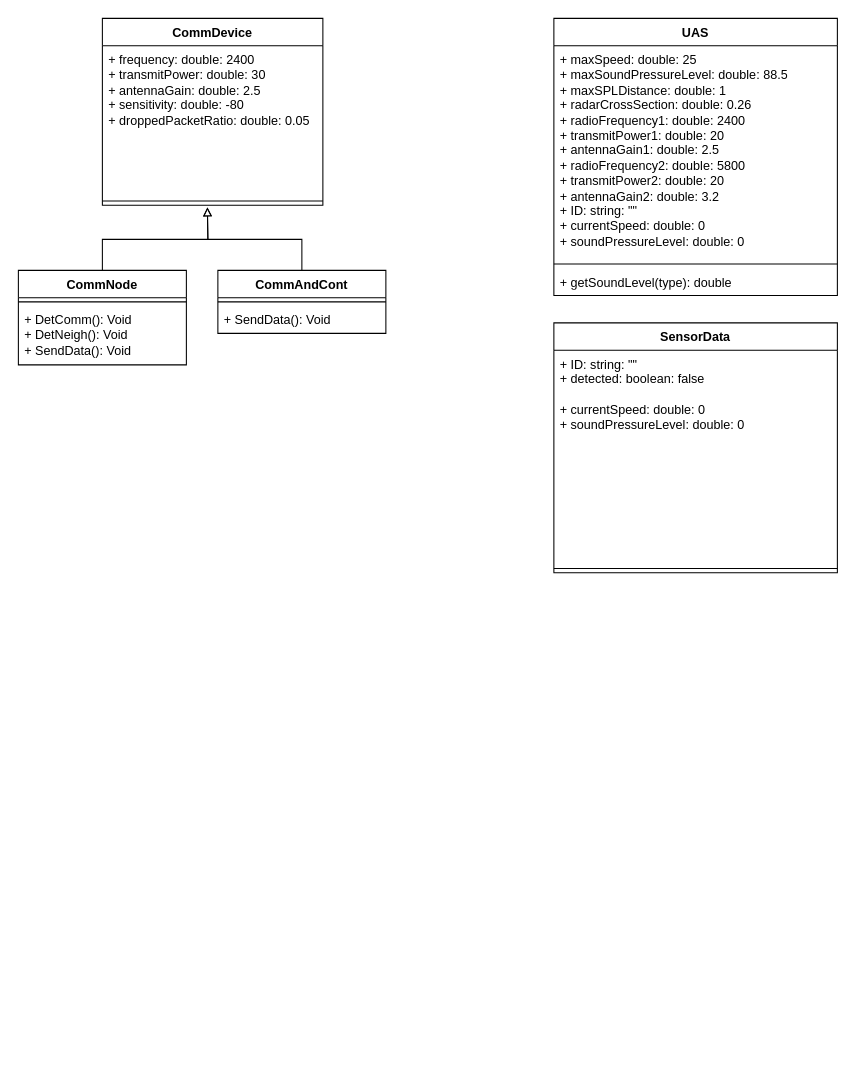
ConnorDariusM/UMLpractice keeps this draw.io diagram as ClassDiagram.drawio. Above is the earlier version. Source tidied: cells renumbered, new cells numbered last; positions are measured from the earlier drawing's top-left corner, leaving out a move shared by most shapes. Both pictures are drawn from the tidied source at 105%, with x=0, y=0 at pixel (18, 18).
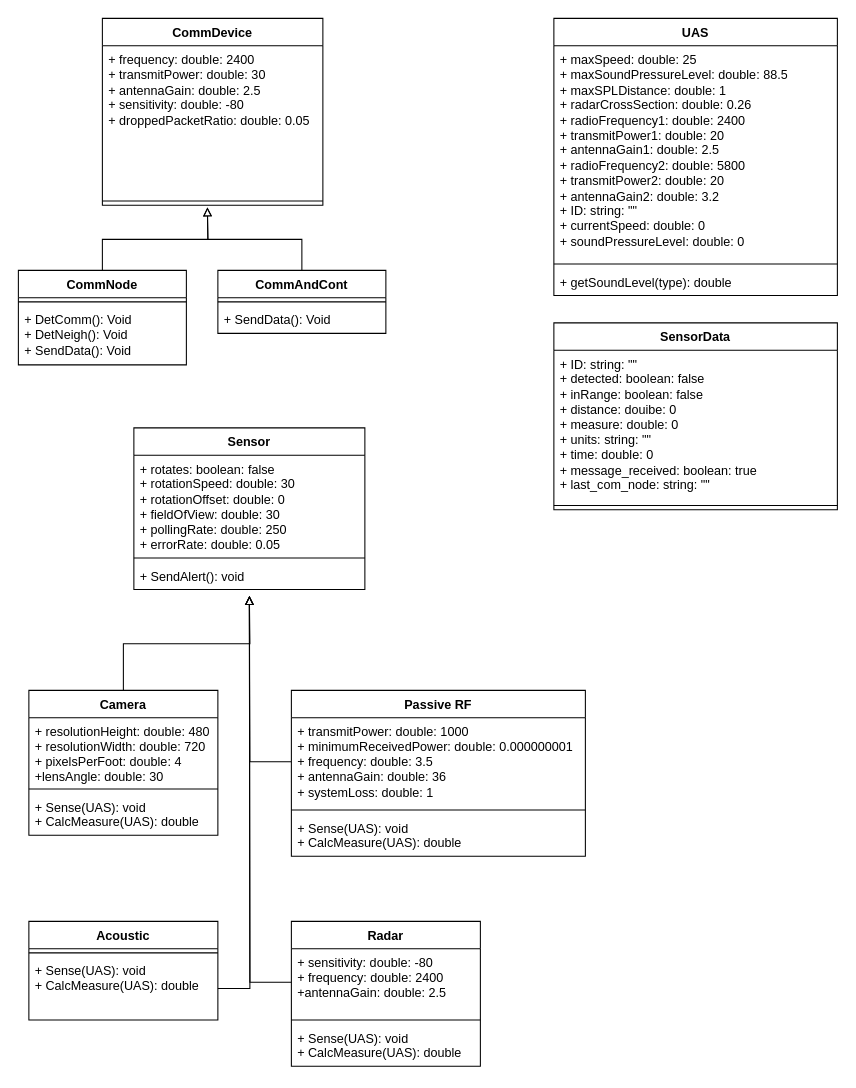
The same diagram, later.

The edit, as a diff of the source:
```diff
@@
     <mxCell id="17" value="SensorData" style="swimlane;fontStyle=1;align=center;verticalAlign=top;horizontal=1;startSize=26;whiteSpace=wrap;html=1;" parent="1" vertex="1">
-      <mxGeometry x="510" y="290" width="270" height="238" as="geometry" />
+      <mxGeometry x="510" y="290" width="270" height="178" as="geometry" />
     </mxCell>
-    <mxCell id="18" value="&lt;div&gt;&lt;span style=&quot;background-color: initial;&quot;&gt;+ ID: string: &quot;&quot;&lt;/span&gt;&lt;br&gt;&lt;/div&gt;&lt;div&gt;&lt;span style=&quot;background-color: initial;&quot;&gt;+ detected: boolean: false&lt;/span&gt;&lt;/div&gt;&lt;div&gt;&lt;span style=&quot;background-color: initial;&quot;&gt;&lt;br&gt;&lt;/span&gt;&lt;/div&gt;&lt;div&gt;+ currentSpeed: double: 0&lt;br&gt;&lt;/div&gt;&lt;div&gt;+ soundPressureLevel: double: 0&lt;/div&gt;" style="text;strokeColor=none;fillColor=none;align=left;verticalAlign=top;spacingLeft=4;spacingRight=4;overflow=hidden;whiteSpace=wrap;html=1;" parent="17" vertex="1">
-      <mxGeometry y="26" width="270" height="204" as="geometry" />
+    <mxCell id="18" value="&lt;div&gt;&lt;span style=&quot;background-color: initial;&quot;&gt;+ ID: string: &quot;&quot;&lt;/span&gt;&lt;br&gt;&lt;/div&gt;&lt;div&gt;&lt;span style=&quot;background-color: initial;&quot;&gt;+ detected: boolean: false&lt;/span&gt;&lt;/div&gt;&lt;div&gt;&lt;span style=&quot;background-color: initial;&quot;&gt;+ inRange: boolean: false&lt;/span&gt;&lt;/div&gt;&lt;div&gt;+ distance: douibe: 0&lt;/div&gt;&lt;div&gt;+ measure: double: 0&lt;/div&gt;&lt;div&gt;+ units: string: &quot;&quot;&lt;/div&gt;&lt;div&gt;+ time: double: 0&lt;/div&gt;&lt;div&gt;+ message_received: boolean: true&lt;/div&gt;&lt;div&gt;+ last_com_node: string: &quot;&quot;&lt;/div&gt;" style="text;strokeColor=none;fillColor=none;align=left;verticalAlign=top;spacingLeft=4;spacingRight=4;overflow=hidden;whiteSpace=wrap;html=1;" parent="17" vertex="1">
+      <mxGeometry y="26" width="270" height="144" as="geometry" />
     </mxCell>
     <mxCell id="19" style="line;strokeWidth=1;fillColor=none;align=left;verticalAlign=middle;spacingTop=-1;spacingLeft=3;spacingRight=3;labelPosition=right;strokeColor=inherit;" parent="17" vertex="1">
-      <mxGeometry y="230" width="270" height="8" as="geometry" />
+      <mxGeometry y="170" width="270" height="8" as="geometry" />
     </mxCell>
+    <mxCell id="20" value="Sensor" style="swimlane;fontStyle=1;align=center;verticalAlign=top;horizontal=1;startSize=26;whiteSpace=wrap;html=1;" parent="1" vertex="1">
+      <mxGeometry x="110" y="390" width="220" height="154" as="geometry" />
+    </mxCell>
+    <mxCell id="21" value="+ rotates: boolean: false&lt;div&gt;+ rotationSpeed: double: 30&lt;/div&gt;&lt;div&gt;+ rotationOffset: double: 0&lt;/div&gt;&lt;div&gt;+ fieldOfView: double: 30&lt;/div&gt;&lt;div&gt;+ pollingRate: double: 250&lt;/div&gt;&lt;div&gt;+ errorRate: double: 0.05&lt;/div&gt;" style="text;strokeColor=none;fillColor=none;align=left;verticalAlign=top;spacingLeft=4;spacingRight=4;overflow=hidden;whiteSpace=wrap;html=1;" parent="20" vertex="1">
+      <mxGeometry y="26" width="220" height="94" as="geometry" />
+    </mxCell>
+    <mxCell id="22" style="line;strokeWidth=1;fillColor=none;align=left;verticalAlign=middle;spacingTop=-1;spacingLeft=3;spacingRight=3;labelPosition=right;strokeColor=inherit;" parent="20" vertex="1">
+      <mxGeometry y="120" width="220" height="8" as="geometry" />
+    </mxCell>
+    <mxCell id="23" value="+ SendAlert(): void" style="text;strokeColor=none;fillColor=none;align=left;verticalAlign=top;spacingLeft=4;spacingRight=4;overflow=hidden;whiteSpace=wrap;html=1;" parent="20" vertex="1">
+      <mxGeometry y="128" width="220" height="26" as="geometry" />
+    </mxCell>
+    <mxCell id="24" style="edgeStyle=orthogonalEdgeStyle;rounded=0;jettySize=auto;html=1;exitX=0.5;exitY=0;exitDx=0;exitDy=0;endArrow=block;endFill=0;" parent="1" edge="1" source="25">
+      <mxGeometry relative="1" as="geometry">
+        <mxPoint x="220" y="550" as="targetPoint" />
+      </mxGeometry>
+    </mxCell>
+    <mxCell id="25" value="Camera" style="swimlane;fontStyle=1;align=center;verticalAlign=top;horizontal=1;startSize=26;whiteSpace=wrap;html=1;" parent="1" vertex="1">
+      <mxGeometry x="10" y="640" width="180" height="138" as="geometry" />
+    </mxCell>
+    <mxCell id="26" value="+ resolutionHeight: double: 480&lt;div&gt;+ resolutionWidth: double: 720&lt;/div&gt;&lt;div&gt;+ pixelsPerFoot: double: 4&lt;/div&gt;&lt;div&gt;+lensAngle: double: 30&lt;/div&gt;" style="text;strokeColor=none;fillColor=none;align=left;verticalAlign=top;spacingLeft=4;spacingRight=4;overflow=hidden;whiteSpace=wrap;html=1;" parent="25" vertex="1">
+      <mxGeometry y="26" width="180" height="64" as="geometry" />
+    </mxCell>
+    <mxCell id="27" style="line;strokeWidth=1;fillColor=none;align=left;verticalAlign=middle;spacingTop=-1;spacingLeft=3;spacingRight=3;labelPosition=right;strokeColor=inherit;" parent="25" vertex="1">
+      <mxGeometry y="90" width="180" height="8" as="geometry" />
+    </mxCell>
+    <mxCell id="28" value="+ Sense(UAS): void&lt;div&gt;+ CalcMeasure(UAS): double&lt;/div&gt;" style="text;strokeColor=none;fillColor=none;align=left;verticalAlign=top;spacingLeft=4;spacingRight=4;overflow=hidden;whiteSpace=wrap;html=1;" parent="25" vertex="1">
+      <mxGeometry y="98" width="180" height="40" as="geometry" />
+    </mxCell>
+    <mxCell id="29" value="Passive RF" style="swimlane;fontStyle=1;align=center;verticalAlign=top;horizontal=1;startSize=26;whiteSpace=wrap;html=1;" parent="1" vertex="1">
+      <mxGeometry x="260" y="640" width="280" height="158" as="geometry" />
+    </mxCell>
+    <mxCell id="30" style="edgeStyle=orthogonalEdgeStyle;rounded=0;jettySize=auto;html=1;exitX=0;exitY=0.5;exitDx=0;exitDy=0;endArrow=block;endFill=0;" parent="29" edge="1" source="31">
+      <mxGeometry relative="1" as="geometry">
+        <mxPoint x="-40" y="-90" as="targetPoint" />
+      </mxGeometry>
+    </mxCell>
+    <mxCell id="31" value="+ transmitPower: double: 1000&lt;div&gt;+ minimumReceivedPower: double: 0.000000001&lt;/div&gt;&lt;div&gt;+ frequency: double: 3.5&lt;/div&gt;&lt;div&gt;+ antennaGain: double: 36&lt;/div&gt;&lt;div&gt;+ systemLoss: double: 1&lt;/div&gt;" style="text;strokeColor=none;fillColor=none;align=left;verticalAlign=top;spacingLeft=4;spacingRight=4;overflow=hidden;points=[[0,0.5],[1,0.5]];portConstraint=eastwest;whiteSpace=wrap;html=1;" parent="29" vertex="1">
+      <mxGeometry y="26" width="280" height="84" as="geometry" />
+    </mxCell>
+    <mxCell id="32" style="line;strokeWidth=1;fillColor=none;align=left;verticalAlign=middle;spacingTop=-1;spacingLeft=3;spacingRight=3;labelPosition=right;strokeColor=inherit;" parent="29" vertex="1">
+      <mxGeometry y="110" width="280" height="8" as="geometry" />
+    </mxCell>
+    <mxCell id="33" value="+ Sense(UAS): void&lt;div&gt;+ CalcMeasure(UAS): double&lt;/div&gt;" style="text;strokeColor=none;fillColor=none;align=left;verticalAlign=top;spacingLeft=4;spacingRight=4;overflow=hidden;whiteSpace=wrap;html=1;" parent="29" vertex="1">
+      <mxGeometry y="118" width="280" height="40" as="geometry" />
+    </mxCell>
+    <mxCell id="34" value="Acoustic" style="swimlane;fontStyle=1;align=center;verticalAlign=top;horizontal=1;startSize=26;whiteSpace=wrap;html=1;" parent="1" vertex="1">
+      <mxGeometry x="10" y="860" width="180" height="94" as="geometry" />
+    </mxCell>
+    <mxCell id="35" style="line;strokeWidth=1;fillColor=none;align=left;verticalAlign=middle;spacingTop=-1;spacingLeft=3;spacingRight=3;labelPosition=right;strokeColor=inherit;" parent="34" vertex="1">
+      <mxGeometry y="26" width="180" height="8" as="geometry" />
+    </mxCell>
+    <mxCell id="36" style="edgeStyle=orthogonalEdgeStyle;rounded=0;jettySize=auto;html=1;exitX=1;exitY=0.5;exitDx=0;exitDy=0;endArrow=block;endFill=0;" parent="34" edge="1" source="37">
+      <mxGeometry relative="1" as="geometry">
+        <mxPoint x="210" y="-310" as="targetPoint" />
+      </mxGeometry>
+    </mxCell>
+    <mxCell id="37" value="+ Sense(UAS): void&lt;div&gt;+ CalcMeasure(UAS): double&lt;/div&gt;" style="text;strokeColor=none;fillColor=none;align=left;verticalAlign=top;spacingLeft=4;spacingRight=4;overflow=hidden;points=[[0,0.5],[1,0.5]];portConstraint=eastwest;whiteSpace=wrap;html=1;" parent="34" vertex="1">
+      <mxGeometry y="34" width="180" height="60" as="geometry" />
+    </mxCell>
+    <mxCell id="38" value="Radar" style="swimlane;fontStyle=1;align=center;verticalAlign=top;horizontal=1;startSize=26;whiteSpace=wrap;html=1;" parent="1" vertex="1">
+      <mxGeometry x="260" y="860" width="180" height="138" as="geometry" />
+    </mxCell>
+    <mxCell id="39" style="edgeStyle=orthogonalEdgeStyle;rounded=0;jettySize=auto;html=1;exitX=0;exitY=0.5;exitDx=0;exitDy=0;endArrow=block;endFill=0;" parent="38" edge="1" source="40">
+      <mxGeometry relative="1" as="geometry">
+        <mxPoint x="-40" y="-310" as="targetPoint" />
+      </mxGeometry>
+    </mxCell>
+    <mxCell id="40" value="+ sensitivity: double: -80&lt;div&gt;+ frequency: double: 2400&lt;/div&gt;&lt;div&gt;+antennaGain: double: 2.5&lt;/div&gt;" style="text;strokeColor=none;fillColor=none;align=left;verticalAlign=top;spacingLeft=4;spacingRight=4;overflow=hidden;points=[[0,0.5],[1,0.5]];portConstraint=eastwest;whiteSpace=wrap;html=1;" parent="38" vertex="1">
+      <mxGeometry y="26" width="180" height="64" as="geometry" />
+    </mxCell>
+    <mxCell id="41" style="line;strokeWidth=1;fillColor=none;align=left;verticalAlign=middle;spacingTop=-1;spacingLeft=3;spacingRight=3;labelPosition=right;strokeColor=inherit;" parent="38" vertex="1">
+      <mxGeometry y="90" width="180" height="8" as="geometry" />
+    </mxCell>
+    <mxCell id="42" value="+ Sense(UAS): void&lt;div&gt;+ CalcMeasure(UAS): double&lt;/div&gt;" style="text;strokeColor=none;fillColor=none;align=left;verticalAlign=top;spacingLeft=4;spacingRight=4;overflow=hidden;whiteSpace=wrap;html=1;" parent="38" vertex="1">
+      <mxGeometry y="98" width="180" height="40" as="geometry" />
+    </mxCell>
```
